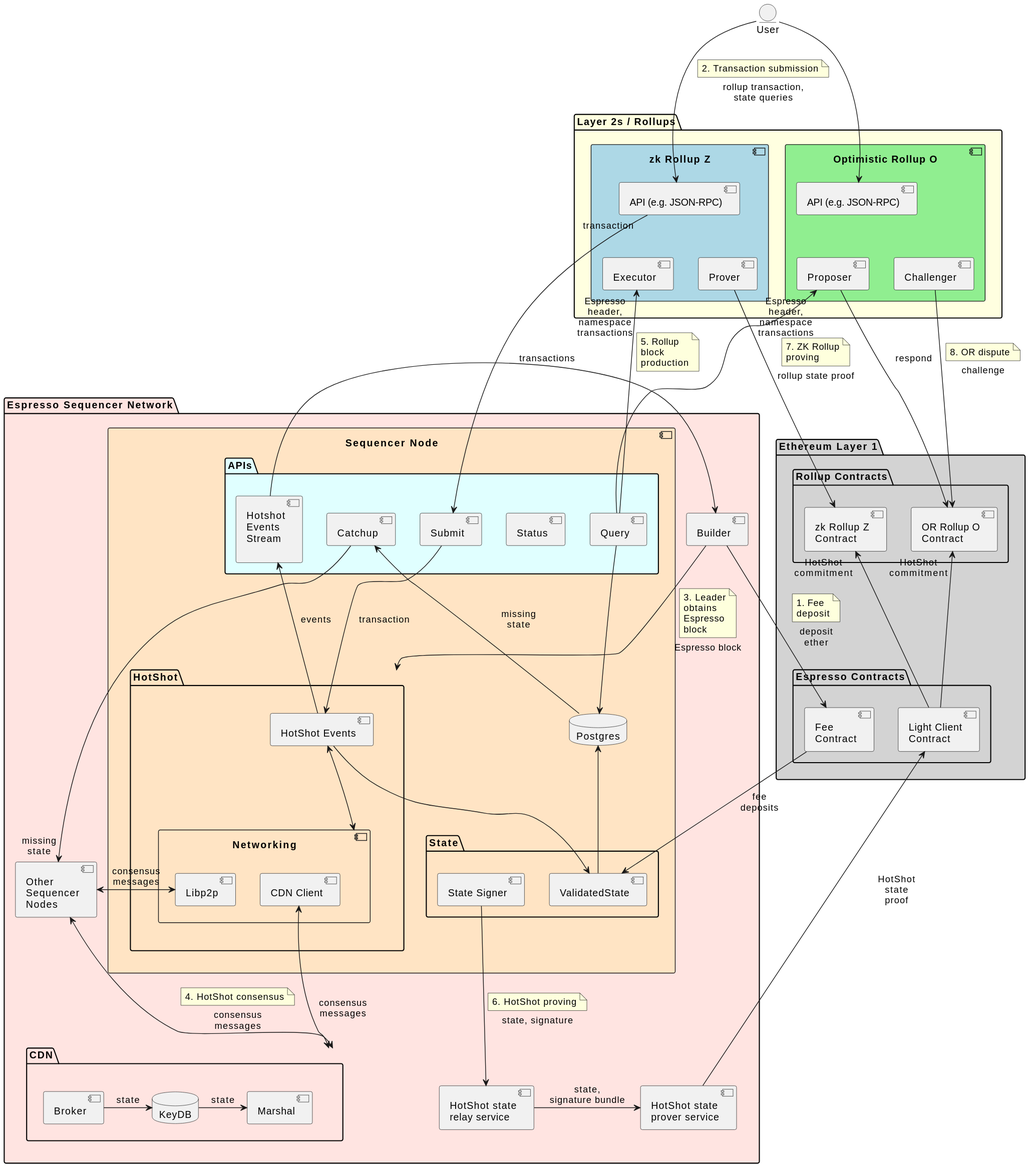
The PlantUML diagram doc/architecture.svg in EspressoSystems/espresso-sequencer, before a commit.
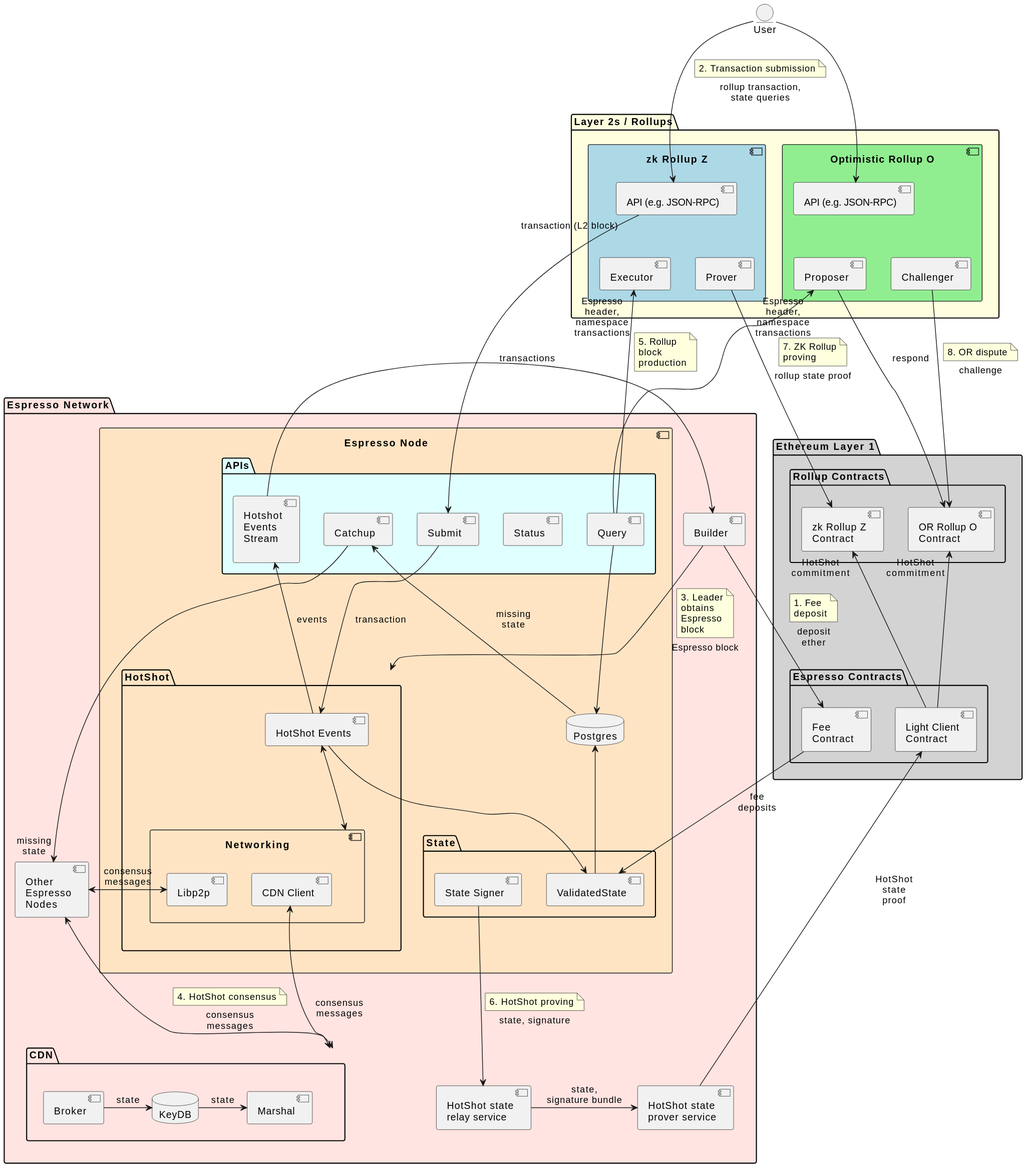
Later version of the same file.

What changed in the source:
```diff
@@ -1,6 +1,6 @@
 @startuml
-package "Espresso Sequencer Network" as Network #MistyRose {
-    component "Other\nSequencer\nNodes" as Nodes
+package "Espresso Network" as Network #MistyRose {
+    component "Other\nEspresso\nNodes" as Nodes
     package CDN {
         component Broker
         component Marshal
@@ -10,7 +10,7 @@
     Broker -> KeyDB: state
     KeyDB -> Marshal: state
 
-    component "Sequencer Node" as Seq #Bisque {
+    component "Espresso Node" as Seq #Bisque {
         database "Postgres" as DB
         package APIs #LightCyan {
             component "Submit" as Submit
@@ -102,7 +102,7 @@
 end note
 User --> OR_RPC
 
-ZK_RPC --> Submit : "transaction" " "
+ZK_RPC --> Submit : "transaction (L2 block)" " "
 Submit -> Events: transaction
 Query -up-> ZK_Exec : " " "Espresso\nheader,\nnamespace\ntransactions"
 note top of link
```
